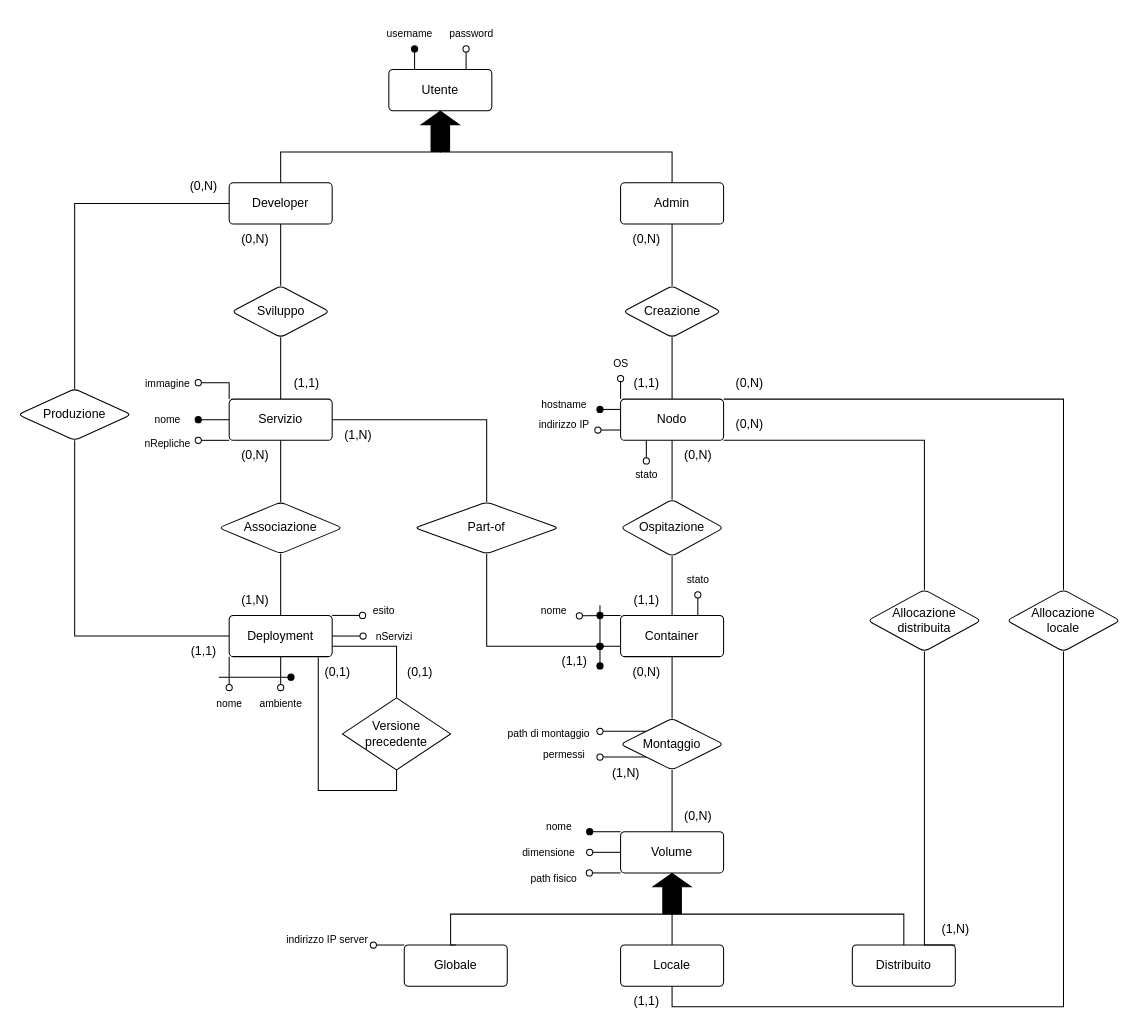
This is ER.drawio from aledinato/Database-Project-SCP4065533, a draw.io file, before an edit. Source tidied: cells renumbered, new cells numbered last; positions are measured from the earlier drawing's top-left corner, leaving out a move shared by most shapes. Both pictures are drawn from the tidied source at 103%, with x=0, y=0 at pixel (18, 18).
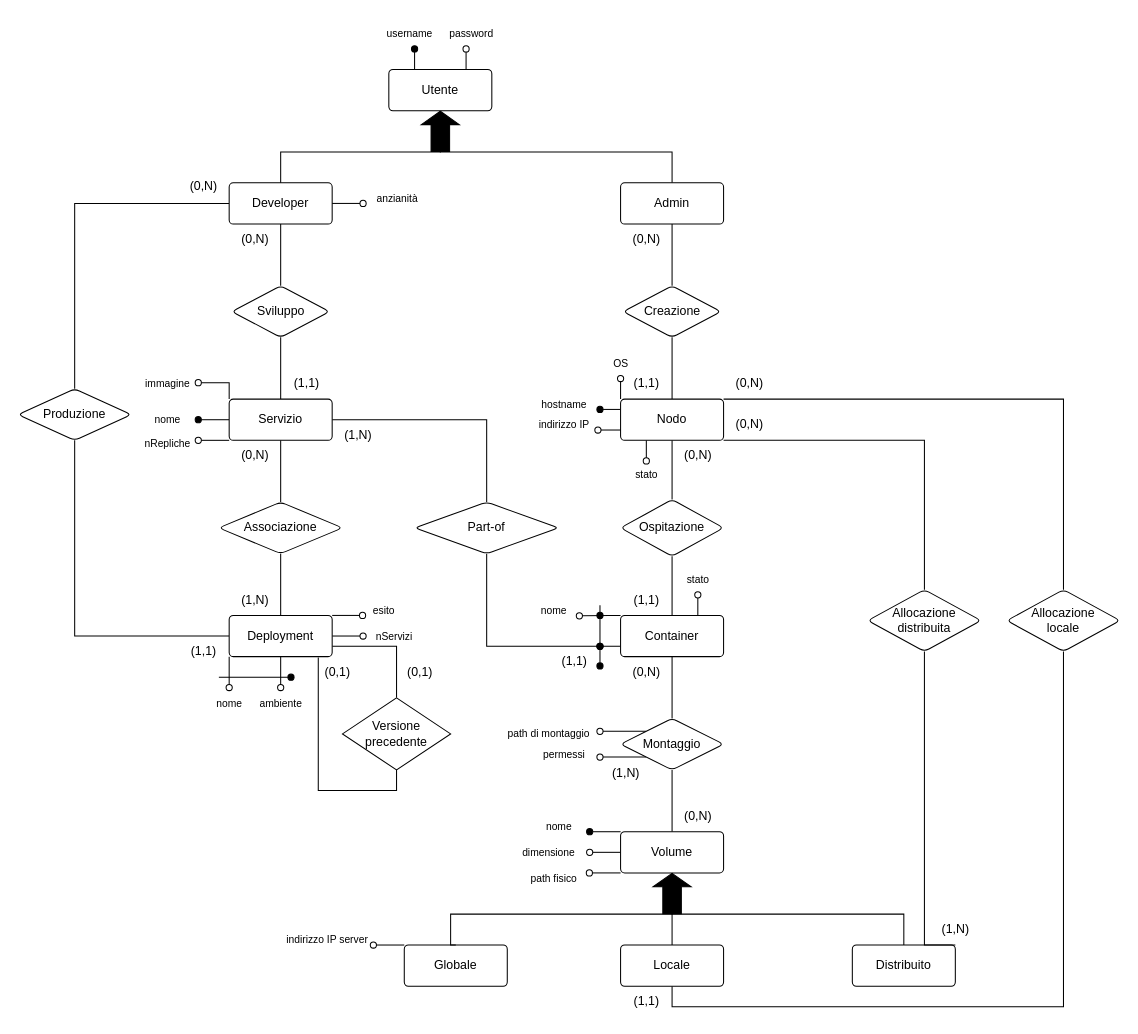
The same page after the edit.

Diff of the diagram source:
```diff
@@
+    <mxCell id="117" style="edgeStyle=orthogonalEdgeStyle;rounded=0;orthogonalLoop=1;jettySize=auto;html=1;endArrow=oval;endFill=0;" parent="1" edge="1">
+      <mxGeometry relative="1" as="geometry">
+        <mxPoint x="305" y="180" as="sourcePoint" />
+        <mxPoint x="335" y="180" as="targetPoint" />
+      </mxGeometry>
+    </mxCell>
+    <mxCell id="118" value="anzianità" style="text;html=1;align=center;verticalAlign=middle;strokeColor=none;fillColor=none;fontSize=10;" parent="1" vertex="1">
+      <mxGeometry x="337.5" y="160" width="60" height="30" as="geometry" />
+    </mxCell>
```
